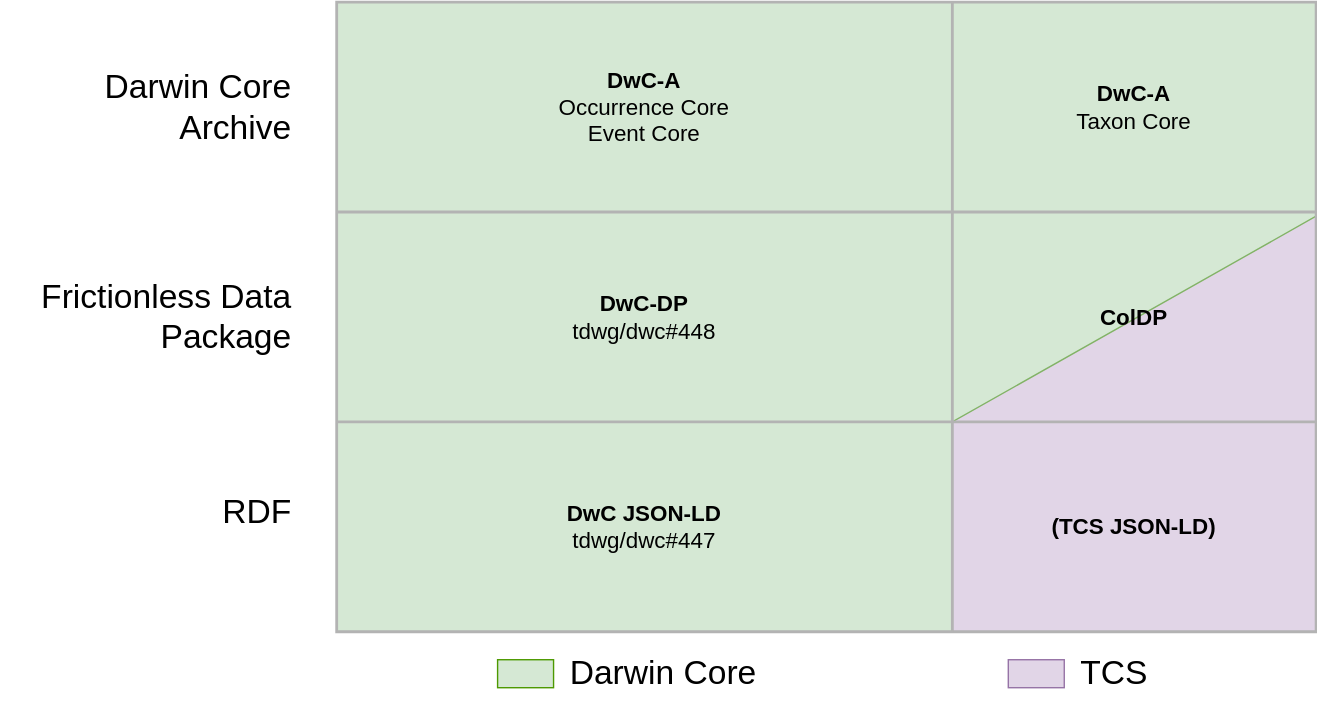
The draw.io diagram docs/media/tdwg-infrastructure.drawio.svg in tdwg/tcs2, before a commit. Source tidied: cells renumbered, new cells last; positions are measured from the earlier drawing's top-left corner, leaving out a move shared by most shapes. The source it was exported from:
```xml
<mxGraphModel>
  <root>
    <mxCell id="0" />
    <mxCell id="1" parent="0" />
    <mxCell id="2" style="group;" parent="1" vertex="1">
      <mxGeometry x="240" width="700" height="450" as="geometry" />
    </mxCell>
    <mxCell id="3" style="shape=manualInput;whiteSpace=wrap;html=1;size=147;strokeColor=#9673a6;fillColor=#e1d5e7;" parent="2" vertex="1">
      <mxGeometry x="440" y="150" width="260" height="300" as="geometry" />
    </mxCell>
    <mxCell id="4" style="shape=manualInput;whiteSpace=wrap;html=1;rotation=-180;size=147;strokeColor=#82b366;fillColor=#d5e8d4;" parent="2" vertex="1">
      <mxGeometry x="440" width="260" height="300" as="geometry" />
    </mxCell>
    <mxCell id="5" style="rounded=0;whiteSpace=wrap;html=1;fillColor=#d5e8d4;strokeColor=none;" parent="2" vertex="1">
      <mxGeometry width="440" height="450" as="geometry" />
    </mxCell>
    <mxCell id="6" style="shape=table;startSize=0;fontSize=16;fillColor=none;strokeColor=#B3B3B3;strokeWidth=2;perimeterSpacing=0;" parent="1" vertex="1">
      <mxGeometry x="240" width="700" height="450" as="geometry" />
    </mxCell>
    <mxCell id="7" style="shape=tableRow;horizontal=0;startSize=0;swimlaneHead=0;swimlaneBody=0;strokeColor=inherit;top=0;left=0;bottom=0;right=0;fillColor=none;fontSize=16;" parent="6" vertex="1">
      <mxGeometry width="700" height="150" as="geometry" />
    </mxCell>
    <mxCell id="8" value="&lt;b&gt;DwC-A&lt;/b&gt;&lt;div&gt;Occurrence Core&lt;/div&gt;&lt;div&gt;Event Core&lt;/div&gt;" style="shape=partialRectangle;html=1;whiteSpace=wrap;strokeColor=#82b366;overflow=hidden;fillColor=none;top=0;left=0;bottom=0;right=0;fontSize=16;strokeWidth=2;" parent="7" vertex="1">
      <mxGeometry width="440" height="150" as="geometry" />
    </mxCell>
    <mxCell id="9" value="&lt;b&gt;DwC-A&lt;/b&gt;&lt;div&gt;Taxon Core&lt;/div&gt;" style="shape=partialRectangle;html=1;whiteSpace=wrap;strokeColor=#82b366;overflow=hidden;fillColor=none;top=0;left=0;bottom=0;right=0;fontSize=16;" parent="7" vertex="1">
      <mxGeometry x="440" width="260" height="150" as="geometry" />
    </mxCell>
    <mxCell id="10" style="shape=tableRow;horizontal=0;startSize=0;swimlaneHead=0;swimlaneBody=0;strokeColor=inherit;top=0;left=0;bottom=0;right=0;fillColor=none;fontSize=16;" parent="6" vertex="1">
      <mxGeometry y="150" width="700" height="150" as="geometry" />
    </mxCell>
    <mxCell id="11" value="&lt;b&gt;DwC-DP&lt;/b&gt;&lt;div&gt;tdwg/dwc#448&lt;/div&gt;" style="shape=partialRectangle;html=1;whiteSpace=wrap;strokeColor=#82b366;overflow=hidden;fillColor=none;top=0;left=0;bottom=0;right=0;fontSize=16;" parent="10" vertex="1">
      <mxGeometry width="440" height="150" as="geometry" />
    </mxCell>
    <mxCell id="12" value="&lt;b&gt;ColDP&lt;/b&gt;" style="shape=partialRectangle;html=1;whiteSpace=wrap;strokeColor=default;overflow=hidden;fillColor=none;top=0;left=0;bottom=0;right=0;fontSize=16;" parent="10" vertex="1">
      <mxGeometry x="440" width="260" height="150" as="geometry" />
    </mxCell>
    <mxCell id="13" style="shape=tableRow;horizontal=0;startSize=0;swimlaneHead=0;swimlaneBody=0;strokeColor=inherit;top=0;left=0;bottom=0;right=0;fillColor=none;fontSize=16;" parent="6" vertex="1">
      <mxGeometry y="300" width="700" height="150" as="geometry" />
    </mxCell>
    <mxCell id="14" value="&lt;b&gt;DwC JSON-LD&lt;/b&gt;&lt;div&gt;tdwg/dwc#447&lt;/div&gt;" style="shape=partialRectangle;html=1;whiteSpace=wrap;strokeColor=#82b366;overflow=hidden;fillColor=none;top=0;left=0;bottom=0;right=0;fontSize=16;" parent="13" vertex="1">
      <mxGeometry width="440" height="150" as="geometry" />
    </mxCell>
    <mxCell id="15" value="&lt;b&gt;(TCS JSON-LD)&lt;/b&gt;" style="shape=partialRectangle;html=1;whiteSpace=wrap;strokeColor=inherit;overflow=hidden;fillColor=none;top=0;left=0;bottom=0;right=0;fontSize=16;" parent="13" vertex="1">
      <mxGeometry x="440" width="260" height="150" as="geometry" />
    </mxCell>
    <mxCell id="16" value="Darwin Core Archive" style="text;html=1;align=right;verticalAlign=middle;whiteSpace=wrap;rounded=0;fontSize=24;" parent="1" vertex="1">
      <mxGeometry y="40" width="210" height="70" as="geometry" />
    </mxCell>
    <mxCell id="17" value="Frictionless Data Package" style="text;html=1;align=right;verticalAlign=middle;whiteSpace=wrap;rounded=0;fontSize=24;" parent="1" vertex="1">
      <mxGeometry x="10" y="190" width="200" height="70" as="geometry" />
    </mxCell>
    <mxCell id="18" value="RDF" style="text;html=1;align=right;verticalAlign=middle;whiteSpace=wrap;rounded=0;fontSize=24;" parent="1" vertex="1">
      <mxGeometry x="10" y="330" width="200" height="70" as="geometry" />
    </mxCell>
    <mxCell id="19" style="rounded=0;whiteSpace=wrap;html=1;fillColor=#e1d5e7;strokeColor=#9673a6;" parent="1" vertex="1">
      <mxGeometry x="720" y="470" width="40" height="20" as="geometry" />
    </mxCell>
    <mxCell id="20" value="TCS" style="text;html=1;align=left;verticalAlign=middle;strokeColor=none;fillColor=none;fontSize=24;" parent="1" vertex="1">
      <mxGeometry x="770" y="460" width="70" height="40" as="geometry" />
    </mxCell>
    <mxCell id="21" style="rounded=0;whiteSpace=wrap;html=1;fillColor=#d5e8d4;strokeColor=#4D9900;" parent="1" vertex="1">
      <mxGeometry x="355" y="470" width="40" height="20" as="geometry" />
    </mxCell>
    <mxCell id="22" value="Darwin Core" style="text;html=1;align=left;verticalAlign=middle;strokeColor=none;fillColor=none;fontSize=24;" parent="1" vertex="1">
      <mxGeometry x="405" y="460" width="160" height="40" as="geometry" />
    </mxCell>
  </root>
</mxGraphModel>
```
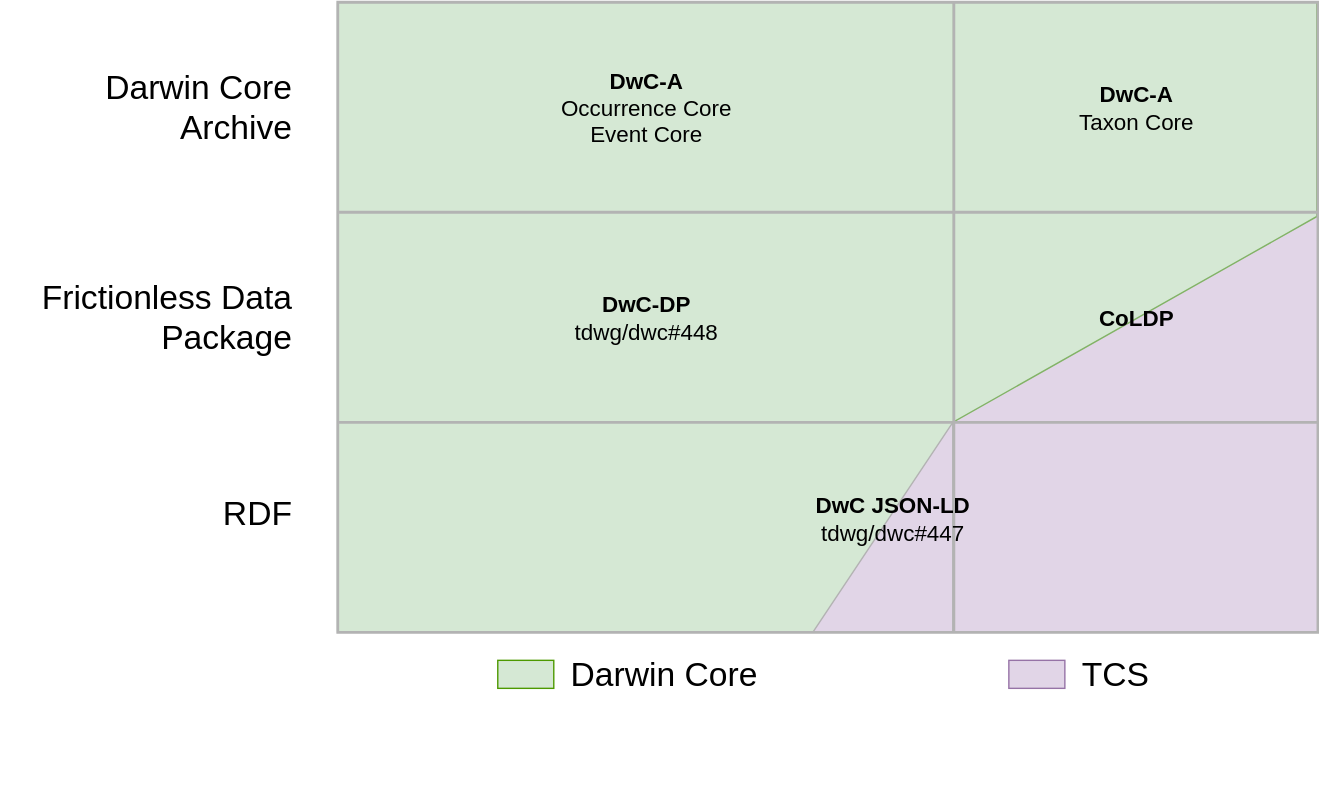
Above is the later version.

The edit, as a diff of the source:
```diff
@@ -2,22 +2,25 @@
   <root>
     <mxCell id="0" />
     <mxCell id="1" parent="0" />
+    <mxCell id="23" style="verticalLabelPosition=bottom;verticalAlign=top;html=1;shape=mxgraph.basic.orthogonal_triangle;flipH=1;fillColor=#e1d5e7;strokeColor=#E1D5E7;" parent="1" vertex="1">
+      <mxGeometry x="420" y="150" width="520" height="300" as="geometry" />
+    </mxCell>
     <mxCell id="2" style="group;" parent="1" vertex="1">
-      <mxGeometry x="240" width="700" height="450" as="geometry" />
+      <mxGeometry x="240" width="700.7" height="578" as="geometry" />
     </mxCell>
-    <mxCell id="3" style="shape=manualInput;whiteSpace=wrap;html=1;size=147;strokeColor=#9673a6;fillColor=#e1d5e7;" parent="2" vertex="1">
-      <mxGeometry x="440" y="150" width="260" height="300" as="geometry" />
-    </mxCell>
     <mxCell id="4" style="shape=manualInput;whiteSpace=wrap;html=1;rotation=-180;size=147;strokeColor=#82b366;fillColor=#d5e8d4;" parent="2" vertex="1">
       <mxGeometry x="440" width="260" height="300" as="geometry" />
     </mxCell>
     <mxCell id="5" style="rounded=0;whiteSpace=wrap;html=1;fillColor=#d5e8d4;strokeColor=none;" parent="2" vertex="1">
       <mxGeometry width="440" height="450" as="geometry" />
     </mxCell>
-    <mxCell id="6" style="shape=table;startSize=0;fontSize=16;fillColor=none;strokeColor=#B3B3B3;strokeWidth=2;perimeterSpacing=0;" parent="1" vertex="1">
-      <mxGeometry x="240" width="700" height="450" as="geometry" />
-    </mxCell>
+    <mxCell id="24" style="verticalLabelPosition=bottom;verticalAlign=top;html=1;shape=mxgraph.basic.orthogonal_triangle;flipH=1;fillColor=#e1d5e7;strokeColor=#B3B3B3;" parent="2" vertex="1">
+      <mxGeometry x="340" y="300" width="100" height="150" as="geometry" />
+    </mxCell>
+    <mxCell id="25" style="shape=table;startSize=0;fontSize=16;fillColor=none;strokeColor=#B3B3B3;strokeWidth=2;perimeterSpacing=0;" parent="2" vertex="1">
+      <mxGeometry x="0.7" width="700" height="450" as="geometry" />
+    </mxCell>
-    <mxCell id="7" style="shape=tableRow;horizontal=0;startSize=0;swimlaneHead=0;swimlaneBody=0;strokeColor=inherit;top=0;left=0;bottom=0;right=0;fillColor=none;fontSize=16;" parent="6" vertex="1">
+    <mxCell id="7" style="shape=tableRow;horizontal=0;startSize=0;swimlaneHead=0;swimlaneBody=0;strokeColor=inherit;top=0;left=0;bottom=0;right=0;fillColor=none;fontSize=16;" parent="25" vertex="1">
       <mxGeometry width="700" height="150" as="geometry" />
     </mxCell>
     <mxCell id="8" value="&lt;b&gt;DwC-A&lt;/b&gt;&lt;div&gt;Occurrence Core&lt;/div&gt;&lt;div&gt;Event Core&lt;/div&gt;" style="shape=partialRectangle;html=1;whiteSpace=wrap;strokeColor=#82b366;overflow=hidden;fillColor=none;top=0;left=0;bottom=0;right=0;fontSize=16;strokeWidth=2;" parent="7" vertex="1">
@@ -26,24 +29,27 @@
     <mxCell id="9" value="&lt;b&gt;DwC-A&lt;/b&gt;&lt;div&gt;Taxon Core&lt;/div&gt;" style="shape=partialRectangle;html=1;whiteSpace=wrap;strokeColor=#82b366;overflow=hidden;fillColor=none;top=0;left=0;bottom=0;right=0;fontSize=16;" parent="7" vertex="1">
       <mxGeometry x="440" width="260" height="150" as="geometry" />
     </mxCell>
-    <mxCell id="10" style="shape=tableRow;horizontal=0;startSize=0;swimlaneHead=0;swimlaneBody=0;strokeColor=inherit;top=0;left=0;bottom=0;right=0;fillColor=none;fontSize=16;" parent="6" vertex="1">
+    <mxCell id="10" style="shape=tableRow;horizontal=0;startSize=0;swimlaneHead=0;swimlaneBody=0;strokeColor=inherit;top=0;left=0;bottom=0;right=0;fillColor=none;fontSize=16;" parent="25" vertex="1">
       <mxGeometry y="150" width="700" height="150" as="geometry" />
     </mxCell>
-    <mxCell id="11" value="&lt;b&gt;DwC-DP&lt;/b&gt;&lt;div&gt;tdwg/dwc#448&lt;/div&gt;" style="shape=partialRectangle;html=1;whiteSpace=wrap;strokeColor=#82b366;overflow=hidden;fillColor=none;top=0;left=0;bottom=0;right=0;fontSize=16;" parent="10" vertex="1">
+    <mxCell id="11" value="&lt;b&gt;DwC-DP&lt;/b&gt;&lt;div&gt;tdwg/dwc#448&lt;/div&gt;" style="shape=partialRectangle;html=1;whiteSpace=wrap;strokeColor=default;overflow=hidden;fillColor=none;top=0;left=0;bottom=0;right=0;fontSize=16;" parent="10" vertex="1">
       <mxGeometry width="440" height="150" as="geometry" />
     </mxCell>
-    <mxCell id="12" value="&lt;b&gt;ColDP&lt;/b&gt;" style="shape=partialRectangle;html=1;whiteSpace=wrap;strokeColor=default;overflow=hidden;fillColor=none;top=0;left=0;bottom=0;right=0;fontSize=16;" parent="10" vertex="1">
-      <mxGeometry x="440" width="260" height="150" as="geometry" />
-    </mxCell>
+    <mxCell id="26" value="&lt;b&gt;CoLDP&lt;/b&gt;" style="shape=partialRectangle;html=1;whiteSpace=wrap;strokeColor=#82b366;overflow=hidden;fillColor=none;top=0;left=0;bottom=0;right=0;fontSize=16;" parent="10" vertex="1">
+      <mxGeometry x="440" width="260" height="150" as="geometry" />
+    </mxCell>
-    <mxCell id="13" style="shape=tableRow;horizontal=0;startSize=0;swimlaneHead=0;swimlaneBody=0;strokeColor=inherit;top=0;left=0;bottom=0;right=0;fillColor=none;fontSize=16;" parent="6" vertex="1">
+    <mxCell id="13" style="shape=tableRow;horizontal=0;startSize=0;swimlaneHead=0;swimlaneBody=0;strokeColor=inherit;top=0;left=0;bottom=0;right=0;fillColor=none;fontSize=16;" parent="25" vertex="1">
       <mxGeometry y="300" width="700" height="150" as="geometry" />
     </mxCell>
+    <mxCell id="27" style="shape=partialRectangle;html=1;whiteSpace=wrap;strokeColor=#82b366;overflow=hidden;fillColor=none;top=0;left=0;bottom=0;right=0;fontSize=16;" parent="13" vertex="1">
+      <mxGeometry width="440" height="150" as="geometry" />
+    </mxCell>
+    <mxCell id="28" style="shape=partialRectangle;html=1;whiteSpace=wrap;strokeColor=inherit;overflow=hidden;fillColor=none;top=0;left=0;bottom=0;right=0;fontSize=16;" parent="13" vertex="1">
+      <mxGeometry x="440" width="260" height="150" as="geometry" />
+    </mxCell>
-    <mxCell id="14" value="&lt;b&gt;DwC JSON-LD&lt;/b&gt;&lt;div&gt;tdwg/dwc#447&lt;/div&gt;" style="shape=partialRectangle;html=1;whiteSpace=wrap;strokeColor=#82b366;overflow=hidden;fillColor=none;top=0;left=0;bottom=0;right=0;fontSize=16;" parent="13" vertex="1">
-      <mxGeometry width="440" height="150" as="geometry" />
+    <mxCell id="14" value="&lt;b style=&quot;font-size: 16px;&quot;&gt;DwC JSON-LD&lt;/b&gt;&lt;div style=&quot;font-size: 16px;&quot;&gt;tdwg/dwc#447&lt;/div&gt;" style="text;html=1;align=center;verticalAlign=middle;whiteSpace=wrap;rounded=0;" parent="2" vertex="1">
+      <mxGeometry x="287" y="340" width="220" height="58" as="geometry" />
     </mxCell>
-    <mxCell id="15" value="&lt;b&gt;(TCS JSON-LD)&lt;/b&gt;" style="shape=partialRectangle;html=1;whiteSpace=wrap;strokeColor=inherit;overflow=hidden;fillColor=none;top=0;left=0;bottom=0;right=0;fontSize=16;" parent="13" vertex="1">
-      <mxGeometry x="440" width="260" height="150" as="geometry" />
-    </mxCell>
     <mxCell id="16" value="Darwin Core Archive" style="text;html=1;align=right;verticalAlign=middle;whiteSpace=wrap;rounded=0;fontSize=24;" parent="1" vertex="1">
       <mxGeometry y="40" width="210" height="70" as="geometry" />
     </mxCell>
```
